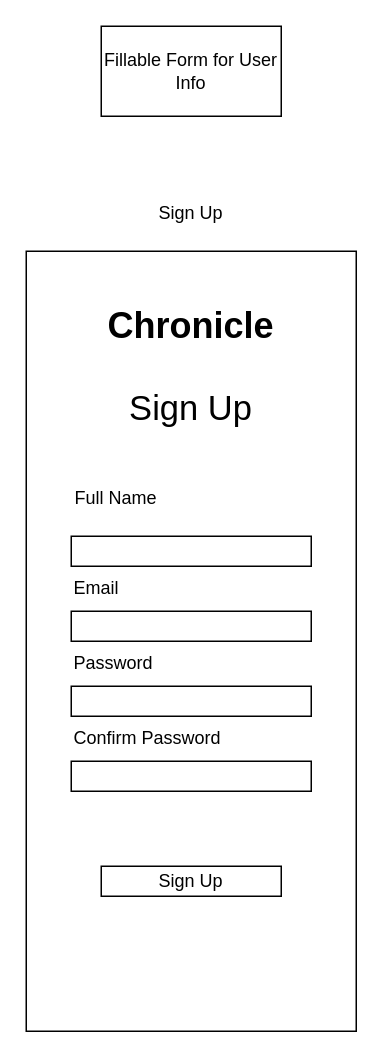
Earlier version of the draw.io diagram page "SignUp" (3 of 15) of Chronicle_Initial_App_Wireframe_Designs.drawio (Vaibhav-G-Parmar/Chronicle-Your-Ultimate-Travel-Companion). Source tidied: cells renumbered, new cells numbered last; positions are measured from the earlier drawing's top-left corner, leaving out a move shared by most shapes. Both pictures are drawn from the tidied source at 150%, with x=0, y=0 at pixel (26, 26).
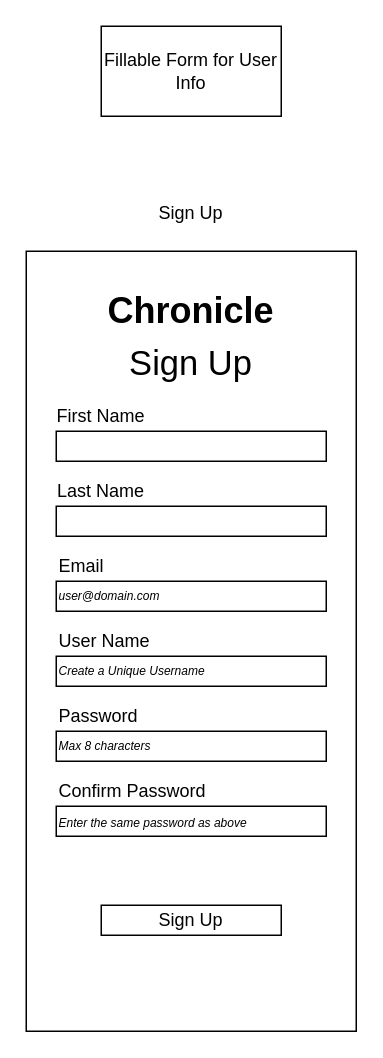
The same page after the edit.

Change to the diagram source:
```diff
@@
-    <mxCell id="4" style="rounded=0;whiteSpace=wrap;html=1;" parent="1" vertex="1">
+    <mxCell id="4" style="rounded=0;whiteSpace=wrap;html=1;fontStyle=2;" parent="1" vertex="1">
       <mxGeometry y="150" width="220" height="520" as="geometry" />
     </mxCell>
@@
-    <mxCell id="6" style="rounded=0;whiteSpace=wrap;html=1;" parent="1" vertex="1">
-      <mxGeometry x="30" y="390" width="160" height="20" as="geometry" />
-    </mxCell>
-    <mxCell id="7" style="rounded=0;whiteSpace=wrap;html=1;" parent="1" vertex="1">
-      <mxGeometry x="30" y="440" width="160" height="20" as="geometry" />
+    <mxCell id="7" value="&lt;font style=&quot;font-size: 8px;&quot;&gt;&lt;i&gt;Max 8 characters&amp;nbsp;&lt;/i&gt;&lt;/font&gt;" style="rounded=0;whiteSpace=wrap;html=1;align=left;fontSize=8;" parent="1" vertex="1">
+      <mxGeometry x="20" y="470" width="180" height="20" as="geometry" />
     </mxCell>
     <mxCell id="8" value="Email" style="text;html=1;strokeColor=none;fillColor=none;align=left;verticalAlign=middle;whiteSpace=wrap;rounded=0;" parent="1" vertex="1">
-      <mxGeometry x="30" y="360" width="60" height="30" as="geometry" />
+      <mxGeometry x="20" y="350" width="60" height="20" as="geometry" />
     </mxCell>
     <mxCell id="9" value="Password" style="text;html=1;strokeColor=none;fillColor=none;align=left;verticalAlign=middle;whiteSpace=wrap;rounded=0;" parent="1" vertex="1">
-      <mxGeometry x="30" y="410" width="60" height="30" as="geometry" />
+      <mxGeometry x="20" y="450" width="60" height="20" as="geometry" />
     </mxCell>
     <mxCell id="10" value="&lt;font style=&quot;font-size: 23px;&quot;&gt;Sign Up&lt;/font&gt;" style="text;html=1;strokeColor=none;fillColor=none;align=center;verticalAlign=middle;whiteSpace=wrap;rounded=0;" parent="1" vertex="1">
-      <mxGeometry x="65" y="240" width="90" height="30" as="geometry" />
+      <mxGeometry x="65" y="210" width="90" height="30" as="geometry" />
     </mxCell>
     <mxCell id="11" value="Sign Up" style="rounded=0;whiteSpace=wrap;html=1;" parent="1" vertex="1">
-      <mxGeometry x="50" y="560" width="120" height="20" as="geometry" />
+      <mxGeometry x="50" y="586" width="120" height="20" as="geometry" />
     </mxCell>
-    <mxCell id="12" style="rounded=0;whiteSpace=wrap;html=1;" parent="1" vertex="1">
-      <mxGeometry x="30" y="490" width="160" height="20" as="geometry" />
+    <mxCell id="12" value="&lt;i&gt;&lt;font style=&quot;font-size: 8px;&quot;&gt;Enter the same password as above&lt;/font&gt;&lt;/i&gt;" style="rounded=0;whiteSpace=wrap;html=1;align=left;" parent="1" vertex="1">
+      <mxGeometry x="20" y="520" width="180" height="20" as="geometry" />
     </mxCell>
     <mxCell id="13" value="Confirm Password" style="text;html=1;strokeColor=none;fillColor=none;align=left;verticalAlign=middle;whiteSpace=wrap;rounded=0;" parent="1" vertex="1">
-      <mxGeometry x="30" y="460" width="110" height="30" as="geometry" />
+      <mxGeometry x="20" y="500" width="110" height="20" as="geometry" />
     </mxCell>
-    <mxCell id="14" style="rounded=0;whiteSpace=wrap;html=1;" parent="1" vertex="1">
-      <mxGeometry x="30" y="340" width="160" height="20" as="geometry" />
-    </mxCell>
-    <mxCell id="15" value="Full Name" style="text;html=1;strokeColor=none;fillColor=none;align=center;verticalAlign=middle;whiteSpace=wrap;rounded=0;" parent="1" vertex="1">
-      <mxGeometry x="30" y="300" width="60" height="30" as="geometry" />
+    <mxCell id="15" value="First Name" style="text;html=1;strokeColor=none;fillColor=none;align=center;verticalAlign=middle;whiteSpace=wrap;rounded=0;" parent="1" vertex="1">
+      <mxGeometry x="15" y="250" width="70" height="20" as="geometry" />
     </mxCell>
     <mxCell id="16" value="&lt;h1&gt;Chronicle&lt;/h1&gt;&lt;p&gt;&lt;br&gt;&lt;/p&gt;" style="text;html=1;strokeColor=none;fillColor=none;spacing=5;spacingTop=-20;whiteSpace=wrap;overflow=hidden;rounded=0;align=center;" parent="1" vertex="1">
-      <mxGeometry x="45" y="180" width="130" height="40" as="geometry" />
+      <mxGeometry x="45" y="170" width="130" height="40" as="geometry" />
     </mxCell>
+    <mxCell id="17" value="Last Name" style="text;html=1;strokeColor=none;fillColor=none;align=center;verticalAlign=middle;whiteSpace=wrap;rounded=0;" parent="1" vertex="1">
+      <mxGeometry x="15" y="300" width="70" height="20" as="geometry" />
+    </mxCell>
+    <mxCell id="18" value="Create a Unique Username" style="rounded=0;whiteSpace=wrap;html=1;fontSize=8;align=left;fontStyle=2;" parent="1" vertex="1">
+      <mxGeometry x="20" y="420" width="180" height="20" as="geometry" />
+    </mxCell>
+    <mxCell id="19" value="User Name" style="text;html=1;strokeColor=none;fillColor=none;align=left;verticalAlign=middle;whiteSpace=wrap;rounded=0;" parent="1" vertex="1">
+      <mxGeometry x="20" y="400" width="70" height="20" as="geometry" />
+    </mxCell>
+    <mxCell id="20" value="user@domain.com" style="rounded=0;whiteSpace=wrap;html=1;fontSize=8;align=left;fontStyle=2;" parent="1" vertex="1">
+      <mxGeometry x="20" y="370" width="180" height="20" as="geometry" />
+    </mxCell>
+    <mxCell id="21" style="rounded=0;whiteSpace=wrap;html=1;fontSize=8;align=left;fontStyle=2;" parent="1" vertex="1">
+      <mxGeometry x="20" y="320" width="180" height="20" as="geometry" />
+    </mxCell>
+    <mxCell id="22" style="rounded=0;whiteSpace=wrap;html=1;fontSize=8;align=left;fontStyle=2;" parent="1" vertex="1">
+      <mxGeometry x="20" y="270" width="180" height="20" as="geometry" />
+    </mxCell>
```
